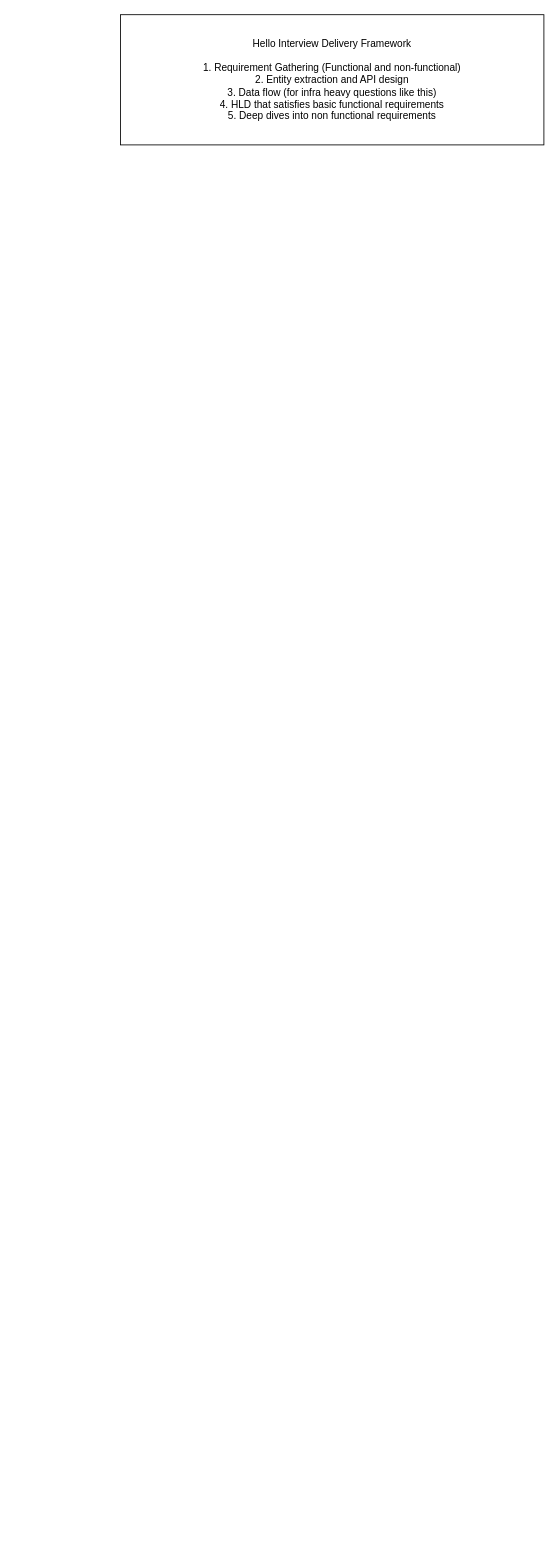
girikgarg8/Hello-Interview-HLD-Whiteboard-Practice keeps this draw.io diagram as Ad Click Aggregator HLD.drawio. Above is the earlier version. Source tidied: cells renumbered, new cells numbered last; positions are measured from the earlier drawing's top-left corner, leaving out a move shared by most shapes. Both pictures are drawn from the tidied source at 84%, with x=0, y=0 at pixel (120, 14).
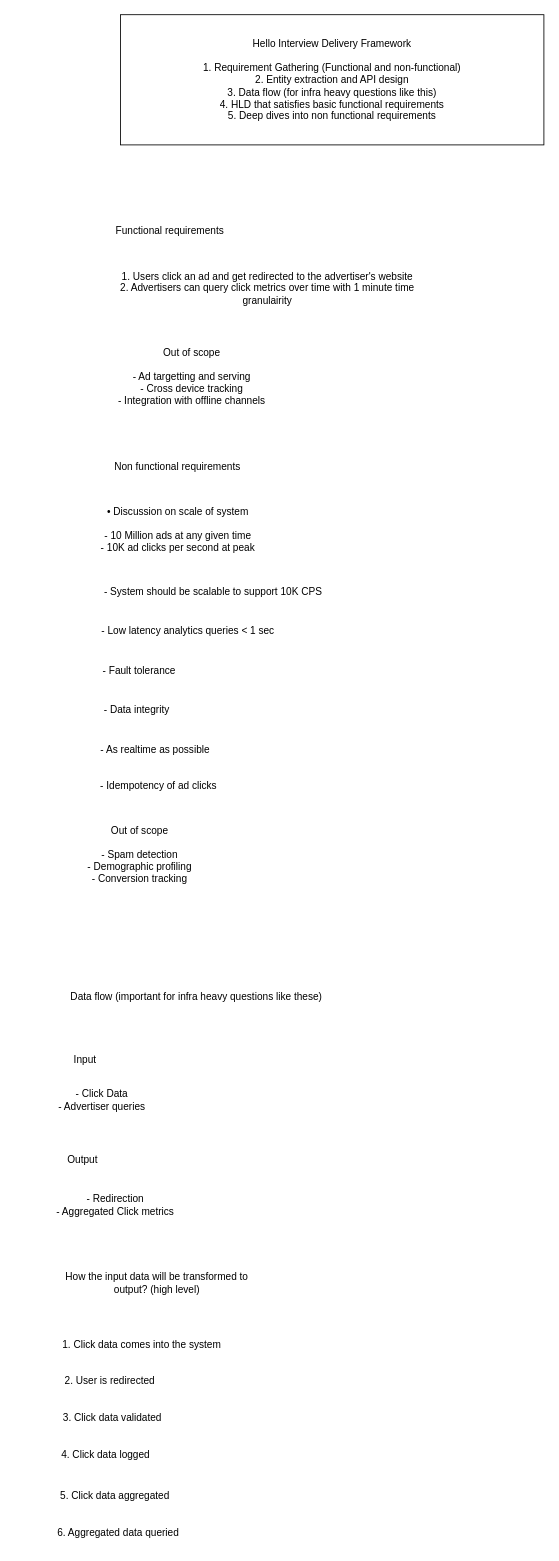
After the change.

The edit, as a diff of the source:
```diff
@@
+    <mxCell id="3" value="Functional requirements" style="text;html=1;whiteSpace=wrap;strokeColor=none;fillColor=none;align=center;verticalAlign=middle;rounded=0;" parent="1" vertex="1">
+      <mxGeometry x="-49" y="243" width="216" height="30" as="geometry" />
+    </mxCell>
+    <mxCell id="4" value="1. Users click an ad and get redirected to the advertiser's website&lt;div&gt;2. Advertisers can query click metrics over time with 1 minute time granulairity&lt;/div&gt;" style="text;html=1;whiteSpace=wrap;strokeColor=none;fillColor=none;align=center;verticalAlign=middle;rounded=0;" parent="1" vertex="1">
+      <mxGeometry x="-32" y="311" width="414" height="30" as="geometry" />
+    </mxCell>
+    <mxCell id="5" value="Non functional requirements" style="text;html=1;whiteSpace=wrap;strokeColor=none;fillColor=none;align=center;verticalAlign=middle;rounded=0;" parent="1" vertex="1">
+      <mxGeometry x="-40" y="524" width="216" height="30" as="geometry" />
+    </mxCell>
+    <mxCell id="6" value="Out of scope&lt;div&gt;&lt;br&gt;&lt;/div&gt;&lt;div&gt;- Ad targetting and serving&lt;/div&gt;&lt;div&gt;- Cross device tracking&lt;/div&gt;&lt;div&gt;- Integration with offline channels&lt;/div&gt;" style="text;html=1;whiteSpace=wrap;strokeColor=none;fillColor=none;align=center;verticalAlign=middle;rounded=0;" parent="1" vertex="1">
+      <mxGeometry x="-61" y="416" width="292" height="30" as="geometry" />
+    </mxCell>
+    <mxCell id="7" value="• Discussion on scale of system&lt;div&gt;&lt;br&gt;&lt;/div&gt;&lt;div&gt;- 10 Million ads at any given time&lt;/div&gt;&lt;div&gt;- 10K ad clicks per second at peak&lt;/div&gt;" style="text;html=1;whiteSpace=wrap;strokeColor=none;fillColor=none;align=center;verticalAlign=middle;rounded=0;" parent="1" vertex="1">
+      <mxGeometry x="-62.5" y="598" width="261" height="30" as="geometry" />
+    </mxCell>
+    <mxCell id="8" value="- System should be scalable to support 10K CPS" style="text;html=1;whiteSpace=wrap;strokeColor=none;fillColor=none;align=center;verticalAlign=middle;rounded=0;" parent="1" vertex="1">
+      <mxGeometry x="-27" y="672" width="275" height="30" as="geometry" />
+    </mxCell>
+    <mxCell id="9" value="- Low latency analytics queries &amp;lt; 1 sec" style="text;html=1;whiteSpace=wrap;strokeColor=none;fillColor=none;align=center;verticalAlign=middle;rounded=0;" parent="1" vertex="1">
+      <mxGeometry x="-57" y="719" width="275" height="30" as="geometry" />
+    </mxCell>
+    <mxCell id="10" value="- Fault tolerance" style="text;html=1;whiteSpace=wrap;strokeColor=none;fillColor=none;align=center;verticalAlign=middle;rounded=0;" parent="1" vertex="1">
+      <mxGeometry x="-115" y="766" width="275" height="30" as="geometry" />
+    </mxCell>
+    <mxCell id="11" value="- Data integrity" style="text;html=1;whiteSpace=wrap;strokeColor=none;fillColor=none;align=center;verticalAlign=middle;rounded=0;" parent="1" vertex="1">
+      <mxGeometry x="-118" y="813" width="275" height="30" as="geometry" />
+    </mxCell>
+    <mxCell id="12" value="- As realtime as possible" style="text;html=1;whiteSpace=wrap;strokeColor=none;fillColor=none;align=center;verticalAlign=middle;rounded=0;" parent="1" vertex="1">
+      <mxGeometry x="-96" y="860" width="275" height="30" as="geometry" />
+    </mxCell>
+    <mxCell id="13" value="- Idempotency of ad clicks" style="text;html=1;whiteSpace=wrap;strokeColor=none;fillColor=none;align=center;verticalAlign=middle;rounded=0;" parent="1" vertex="1">
+      <mxGeometry x="-92" y="903" width="275" height="30" as="geometry" />
+    </mxCell>
+    <mxCell id="14" value="Out of scope&lt;div&gt;&lt;br&gt;&lt;/div&gt;&lt;div&gt;- Spam detection&lt;/div&gt;&lt;div&gt;- Demographic profiling&lt;/div&gt;&lt;div&gt;&lt;span style=&quot;background-color: transparent; color: light-dark(rgb(0, 0, 0), rgb(255, 255, 255));&quot;&gt;- Conversion tracking&lt;/span&gt;&lt;/div&gt;" style="text;html=1;whiteSpace=wrap;strokeColor=none;fillColor=none;align=center;verticalAlign=middle;rounded=0;" parent="1" vertex="1">
+      <mxGeometry x="-123.5" y="985" width="292" height="30" as="geometry" />
+    </mxCell>
+    <mxCell id="15" value="Data flow (important for infra heavy questions like these)" style="text;html=1;whiteSpace=wrap;strokeColor=none;fillColor=none;align=center;verticalAlign=middle;rounded=0;" parent="1" vertex="1">
+      <mxGeometry x="-83" y="1154" width="347" height="30" as="geometry" />
+    </mxCell>
+    <mxCell id="16" value="Input&lt;div&gt;&lt;br&gt;&lt;/div&gt;" style="text;html=1;whiteSpace=wrap;strokeColor=none;fillColor=none;align=center;verticalAlign=middle;rounded=0;" parent="1" vertex="1">
+      <mxGeometry x="-72" y="1236" width="60" height="30" as="geometry" />
+    </mxCell>
+    <mxCell id="17" value="- Click Data&lt;div&gt;- Advertiser queries&lt;/div&gt;" style="text;html=1;whiteSpace=wrap;strokeColor=none;fillColor=none;align=center;verticalAlign=middle;rounded=0;" parent="1" vertex="1">
+      <mxGeometry x="-99" y="1277" width="154" height="30" as="geometry" />
+    </mxCell>
+    <mxCell id="18" value="&lt;div&gt;Output&lt;/div&gt;" style="text;html=1;whiteSpace=wrap;strokeColor=none;fillColor=none;align=center;verticalAlign=middle;rounded=0;" parent="1" vertex="1">
+      <mxGeometry x="-75" y="1348" width="60" height="30" as="geometry" />
+    </mxCell>
+    <mxCell id="19" value="- Redirection&lt;div&gt;- Aggregated Click metrics&lt;/div&gt;" style="text;html=1;whiteSpace=wrap;strokeColor=none;fillColor=none;align=center;verticalAlign=middle;rounded=0;" parent="1" vertex="1">
+      <mxGeometry x="-83" y="1402" width="154" height="30" as="geometry" />
+    </mxCell>
+    <mxCell id="20" value="How the input data will be transformed to output? (high level)" style="text;html=1;whiteSpace=wrap;strokeColor=none;fillColor=none;align=center;verticalAlign=middle;rounded=0;" parent="1" vertex="1">
+      <mxGeometry x="-87" y="1495" width="261" height="30" as="geometry" />
+    </mxCell>
+    <mxCell id="21" value="1. Click data comes into the system" style="text;html=1;whiteSpace=wrap;strokeColor=none;fillColor=none;align=center;verticalAlign=middle;rounded=0;" parent="1" vertex="1">
+      <mxGeometry x="-83" y="1569" width="217" height="30" as="geometry" />
+    </mxCell>
+    <mxCell id="22" value="2. User is redirected" style="text;html=1;whiteSpace=wrap;strokeColor=none;fillColor=none;align=center;verticalAlign=middle;rounded=0;" parent="1" vertex="1">
+      <mxGeometry x="-121" y="1612" width="217" height="30" as="geometry" />
+    </mxCell>
+    <mxCell id="23" value="3. Click data validated" style="text;html=1;whiteSpace=wrap;strokeColor=none;fillColor=none;align=center;verticalAlign=middle;rounded=0;" parent="1" vertex="1">
+      <mxGeometry x="-118" y="1656" width="217" height="30" as="geometry" />
+    </mxCell>
+    <mxCell id="24" value="4. Click data logged" style="text;html=1;whiteSpace=wrap;strokeColor=none;fillColor=none;align=center;verticalAlign=middle;rounded=0;" parent="1" vertex="1">
+      <mxGeometry x="-126" y="1700" width="217" height="30" as="geometry" />
+    </mxCell>
+    <mxCell id="25" value="5. Click data aggregated" style="text;html=1;whiteSpace=wrap;strokeColor=none;fillColor=none;align=center;verticalAlign=middle;rounded=0;" parent="1" vertex="1">
+      <mxGeometry x="-115" y="1749" width="217" height="30" as="geometry" />
+    </mxCell>
+    <mxCell id="26" value="6. Aggregated data queried" style="text;html=1;whiteSpace=wrap;strokeColor=none;fillColor=none;align=center;verticalAlign=middle;rounded=0;" parent="1" vertex="1">
+      <mxGeometry x="-111" y="1793" width="217" height="30" as="geometry" />
+    </mxCell>
```
